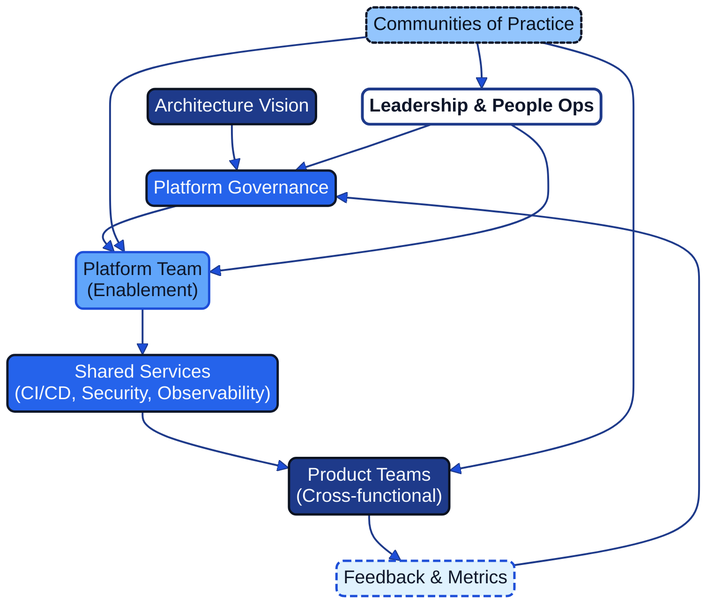
Above: docs/images/diagram_18_team_collaboration.png in Geonitab/architecture_as_code (Mermaid), before the change. Its source is kept beside it as docs/images/diagram_18_team_collaboration.mmd.
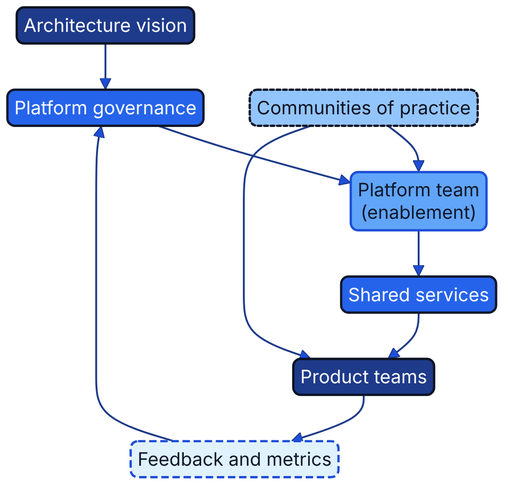
The same file after the commit.

The edit, as a diff of the source:
```diff
@@ -1,12 +1,9 @@
 flowchart TB
-    Vision["Architecture Vision"]:::geon-primary --> Governance["Platform Governance"]:::geon-accent
-    Governance --> PlatformTeam["Platform Team\n(Enablement)"]:::geon-highlight
-    PlatformTeam --> SharedServices["Shared Services\n(CI/CD, Security, Observability)"]:::geon-accent
-    SharedServices --> ProductTeams["Product Teams\n(Cross-functional)"]:::geon-primary
-    ProductTeams --> Feedback["Feedback & Metrics"]:::geon-muted
+    Vision["Architecture vision"]:::geon-primary --> Governance["Platform governance"]:::geon-accent
+    Governance --> PlatformTeam["Platform team<br/>(enablement)"]:::geon-highlight
+    PlatformTeam --> SharedServices["Shared services"]:::geon-accent
+    SharedServices --> ProductTeams["Product teams"]:::geon-primary
+    ProductTeams --> Feedback["Feedback and metrics"]:::geon-muted
     Feedback --> Governance
-    Communities["Communities of Practice"]:::geon-pattern --> PlatformTeam
+    Communities["Communities of practice"]:::geon-pattern --> PlatformTeam
     Communities --> ProductTeams
-    Communities --> Leadership["Leadership & People Ops"]:::geon-outline
-    Leadership --> Governance
-    Leadership --> PlatformTeam
```
